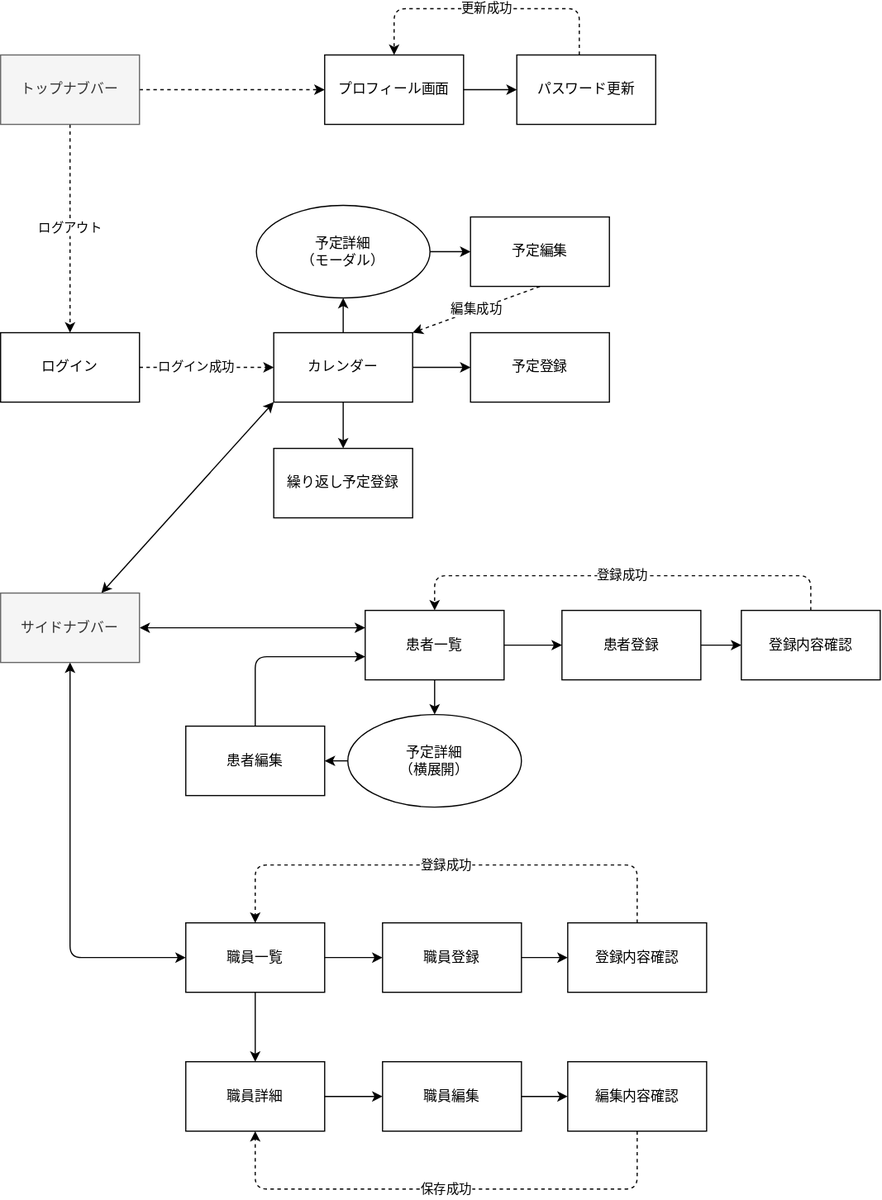
Earlier version of the draw.io export src/画面構成/displays.dio.svg (Fukuemon/buddy_design_docs). Source tidied: cells renumbered, new cells last; positions are measured from the earlier drawing's top-left corner, leaving out a move shared by most shapes. Source of this version:
```xml
<mxGraphModel>
  <root>
    <mxCell id="0" />
    <mxCell id="1" parent="0" />
    <mxCell id="2" value="ログイン成功" style="edgeStyle=none;html=1;dashed=1;" parent="1" edge="1" source="3" target="26">
      <mxGeometry x="-0.14" relative="1" as="geometry">
        <mxPoint x="-1" as="offset" />
      </mxGeometry>
    </mxCell>
    <mxCell id="3" value="ログイン" style="whiteSpace=wrap;html=1;" parent="1" vertex="1">
      <mxGeometry y="280" width="120" height="60" as="geometry" />
    </mxCell>
    <mxCell id="4" style="group;" parent="1" vertex="1">
      <mxGeometry x="160" y="740" width="450" height="280" as="geometry" />
    </mxCell>
    <mxCell id="5" value="職員一覧" style="whiteSpace=wrap;html=1;" parent="4" vertex="1">
      <mxGeometry y="50" width="120" height="60" as="geometry" />
    </mxCell>
    <mxCell id="6" value="職員登録" style="whiteSpace=wrap;html=1;" parent="4" vertex="1">
      <mxGeometry x="170" y="50" width="120" height="60" as="geometry" />
    </mxCell>
    <mxCell id="7" style="edgeStyle=none;html=1;" parent="4" edge="1" source="5" target="6">
      <mxGeometry relative="1" as="geometry" />
    </mxCell>
    <mxCell id="8" value="職員詳細" style="whiteSpace=wrap;html=1;" parent="4" vertex="1">
      <mxGeometry y="170" width="120" height="60" as="geometry" />
    </mxCell>
    <mxCell id="9" style="edgeStyle=orthogonalEdgeStyle;html=1;" parent="4" edge="1" source="5" target="8">
      <mxGeometry relative="1" as="geometry" />
    </mxCell>
    <mxCell id="10" value="登録成功" style="edgeStyle=orthogonalEdgeStyle;html=1;dashed=1;" parent="4" edge="1" source="11" target="5">
      <mxGeometry relative="1" as="geometry">
        <Array as="points">
          <mxPoint x="390" />
          <mxPoint x="60" />
        </Array>
      </mxGeometry>
    </mxCell>
    <mxCell id="11" value="登録内容確認" style="whiteSpace=wrap;html=1;" parent="4" vertex="1">
      <mxGeometry x="330" y="50" width="120" height="60" as="geometry" />
    </mxCell>
    <mxCell id="12" style="edgeStyle=none;html=1;" parent="4" edge="1" source="6" target="11">
      <mxGeometry relative="1" as="geometry" />
    </mxCell>
    <mxCell id="13" value="職員編集" style="whiteSpace=wrap;html=1;" parent="4" vertex="1">
      <mxGeometry x="170" y="170" width="120" height="60" as="geometry" />
    </mxCell>
    <mxCell id="14" style="edgeStyle=orthogonalEdgeStyle;html=1;" parent="4" edge="1" source="8" target="13">
      <mxGeometry relative="1" as="geometry" />
    </mxCell>
    <mxCell id="15" value="保存成功" style="edgeStyle=orthogonalEdgeStyle;html=1;exitX=0.5;exitY=1;exitDx=0;exitDy=0;entryX=0.5;entryY=1;entryDx=0;entryDy=0;dashed=1;" parent="4" edge="1" source="16" target="8">
      <mxGeometry relative="1" as="geometry">
        <Array as="points">
          <mxPoint x="390" y="280" />
          <mxPoint x="60" y="280" />
        </Array>
      </mxGeometry>
    </mxCell>
    <mxCell id="16" value="編集内容確認" style="whiteSpace=wrap;html=1;" parent="4" vertex="1">
      <mxGeometry x="330" y="170" width="120" height="60" as="geometry" />
    </mxCell>
    <mxCell id="17" style="edgeStyle=orthogonalEdgeStyle;html=1;" parent="4" edge="1" source="13" target="16">
      <mxGeometry relative="1" as="geometry" />
    </mxCell>
    <mxCell id="18" style="edgeStyle=none;html=1;entryX=0;entryY=1;entryDx=0;entryDy=0;startArrow=classic;startFill=1;" parent="1" edge="1" source="21" target="26">
      <mxGeometry relative="1" as="geometry" />
    </mxCell>
    <mxCell id="19" style="edgeStyle=none;html=1;startArrow=classic;startFill=1;entryX=0;entryY=0.25;entryDx=0;entryDy=0;" parent="1" edge="1" source="21" target="43">
      <mxGeometry relative="1" as="geometry" />
    </mxCell>
    <mxCell id="20" style="edgeStyle=orthogonalEdgeStyle;html=1;entryX=0;entryY=0.5;entryDx=0;entryDy=0;startArrow=classic;startFill=1;" parent="1" edge="1" source="21" target="5">
      <mxGeometry relative="1" as="geometry">
        <Array as="points">
          <mxPoint x="60" y="820" />
        </Array>
      </mxGeometry>
    </mxCell>
    <mxCell id="21" value="サイドナブバー" style="whiteSpace=wrap;html=1;shadow=0;fillColor=#f5f5f5;fontColor=#333333;strokeColor=#666666;" parent="1" vertex="1">
      <mxGeometry y="505" width="120" height="60" as="geometry" />
    </mxCell>
    <mxCell id="22" value="ログアウト" style="edgeStyle=none;html=1;exitX=0.5;exitY=1;exitDx=0;exitDy=0;entryX=0.5;entryY=0;entryDx=0;entryDy=0;dashed=1;" parent="1" edge="1" source="24" target="3">
      <mxGeometry relative="1" as="geometry" />
    </mxCell>
    <mxCell id="23" style="edgeStyle=orthogonalEdgeStyle;html=1;entryX=0;entryY=0.5;entryDx=0;entryDy=0;dashed=1;startArrow=none;startFill=0;" parent="1" edge="1" source="24" target="37">
      <mxGeometry relative="1" as="geometry" />
    </mxCell>
    <mxCell id="24" value="トップナブバー" style="whiteSpace=wrap;html=1;shadow=0;fillColor=#f5f5f5;fontColor=#333333;strokeColor=#666666;" parent="1" vertex="1">
      <mxGeometry y="40" width="120" height="60" as="geometry" />
    </mxCell>
    <mxCell id="25" style="group;" parent="1" vertex="1">
      <mxGeometry x="221" y="170" width="305" height="270" as="geometry" />
    </mxCell>
    <mxCell id="26" value="カレンダー" style="whiteSpace=wrap;html=1;" parent="25" vertex="1">
      <mxGeometry x="15" y="110" width="120" height="60" as="geometry" />
    </mxCell>
    <mxCell id="27" value="予定登録" style="whiteSpace=wrap;html=1;" parent="25" vertex="1">
      <mxGeometry x="185" y="110" width="120" height="60" as="geometry" />
    </mxCell>
    <mxCell id="28" style="edgeStyle=orthogonalEdgeStyle;html=1;" parent="25" edge="1" source="26" target="27">
      <mxGeometry relative="1" as="geometry" />
    </mxCell>
    <mxCell id="29" value="予定詳細&lt;br style=&quot;border-color: var(--border-color);&quot;&gt;（モーダル）" style="ellipse;whiteSpace=wrap;html=1;shadow=0;" parent="25" vertex="1">
      <mxGeometry width="150" height="80" as="geometry" />
    </mxCell>
    <mxCell id="30" style="edgeStyle=orthogonalEdgeStyle;html=1;" parent="25" edge="1" source="26" target="29">
      <mxGeometry relative="1" as="geometry" />
    </mxCell>
    <mxCell id="31" value="繰り返し予定登録" style="whiteSpace=wrap;html=1;shadow=0;" parent="25" vertex="1">
      <mxGeometry x="15" y="210" width="120" height="60" as="geometry" />
    </mxCell>
    <mxCell id="32" style="edgeStyle=none;html=1;entryX=0.5;entryY=0;entryDx=0;entryDy=0;" parent="25" edge="1" source="26" target="31">
      <mxGeometry relative="1" as="geometry" />
    </mxCell>
    <mxCell id="33" value="編集成功" style="html=1;entryX=1;entryY=0;entryDx=0;entryDy=0;exitX=0.5;exitY=1;exitDx=0;exitDy=0;dashed=1;" parent="25" edge="1" source="34" target="26">
      <mxGeometry relative="1" as="geometry" />
    </mxCell>
    <mxCell id="34" value="予定編集" style="whiteSpace=wrap;html=1;shadow=0;" parent="25" vertex="1">
      <mxGeometry x="185" y="10" width="120" height="60" as="geometry" />
    </mxCell>
    <mxCell id="35" style="edgeStyle=orthogonalEdgeStyle;html=1;" parent="25" edge="1" source="29" target="34">
      <mxGeometry relative="1" as="geometry" />
    </mxCell>
    <mxCell id="36" style="group;" parent="1" vertex="1">
      <mxGeometry x="280" width="286" height="100" as="geometry" />
    </mxCell>
    <mxCell id="37" value="プロフィール画面" style="whiteSpace=wrap;html=1;" parent="36" vertex="1">
      <mxGeometry y="40" width="120" height="60" as="geometry" />
    </mxCell>
    <mxCell id="38" value="更新成功" style="edgeStyle=orthogonalEdgeStyle;html=1;entryX=0.5;entryY=0;entryDx=0;entryDy=0;dashed=1;startArrow=none;startFill=0;" parent="36" edge="1" source="39" target="37">
      <mxGeometry relative="1" as="geometry">
        <Array as="points">
          <mxPoint x="220" />
          <mxPoint x="60" />
        </Array>
      </mxGeometry>
    </mxCell>
    <mxCell id="39" value="パスワード更新" style="whiteSpace=wrap;html=1;" parent="36" vertex="1">
      <mxGeometry x="166" y="40" width="120" height="60" as="geometry" />
    </mxCell>
    <mxCell id="40" style="edgeStyle=orthogonalEdgeStyle;html=1;" parent="36" edge="1" source="37" target="39">
      <mxGeometry relative="1" as="geometry" />
    </mxCell>
    <mxCell id="41" value="登録成功" style="edgeStyle=orthogonalEdgeStyle;html=1;exitX=0.5;exitY=0;exitDx=0;exitDy=0;entryX=0.5;entryY=0;entryDx=0;entryDy=0;dashed=1;startArrow=none;startFill=0;" parent="1" edge="1" source="42" target="43">
      <mxGeometry relative="1" as="geometry">
        <Array as="points">
          <mxPoint x="700" y="490" />
          <mxPoint x="375" y="490" />
        </Array>
      </mxGeometry>
    </mxCell>
    <mxCell id="42" value="登録内容確認" style="whiteSpace=wrap;html=1;shadow=0;" parent="1" vertex="1">
      <mxGeometry x="640" y="520" width="120" height="60" as="geometry" />
    </mxCell>
    <mxCell id="43" value="患者一覧" style="whiteSpace=wrap;html=1;" parent="1" vertex="1">
      <mxGeometry x="315" y="520" width="120" height="60" as="geometry" />
    </mxCell>
    <mxCell id="44" style="edgeStyle=orthogonalEdgeStyle;html=1;entryX=0;entryY=0.5;entryDx=0;entryDy=0;startArrow=none;startFill=0;" parent="1" edge="1" source="45" target="42">
      <mxGeometry relative="1" as="geometry" />
    </mxCell>
    <mxCell id="45" value="患者登録" style="whiteSpace=wrap;html=1;" parent="1" vertex="1">
      <mxGeometry x="485" y="520" width="120" height="60" as="geometry" />
    </mxCell>
    <mxCell id="46" style="edgeStyle=orthogonalEdgeStyle;html=1;" parent="1" edge="1" source="43" target="45">
      <mxGeometry relative="1" as="geometry" />
    </mxCell>
    <mxCell id="47" style="edgeStyle=orthogonalEdgeStyle;html=1;" parent="1" edge="1" source="48" target="43">
      <mxGeometry relative="1" as="geometry">
        <Array as="points">
          <mxPoint x="220" y="560" />
        </Array>
      </mxGeometry>
    </mxCell>
    <mxCell id="48" value="患者編集" style="whiteSpace=wrap;html=1;" parent="1" vertex="1">
      <mxGeometry x="160" y="620" width="120" height="60" as="geometry" />
    </mxCell>
    <mxCell id="49" style="edgeStyle=orthogonalEdgeStyle;html=1;" parent="1" edge="1" source="50" target="48">
      <mxGeometry relative="1" as="geometry" />
    </mxCell>
    <mxCell id="50" value="予定詳細&lt;br&gt;（横展開）" style="ellipse;whiteSpace=wrap;html=1;shadow=0;" parent="1" vertex="1">
      <mxGeometry x="300" y="610" width="150" height="80" as="geometry" />
    </mxCell>
    <mxCell id="51" style="edgeStyle=orthogonalEdgeStyle;html=1;" parent="1" edge="1" source="43" target="50">
      <mxGeometry relative="1" as="geometry" />
    </mxCell>
  </root>
</mxGraphModel>
```
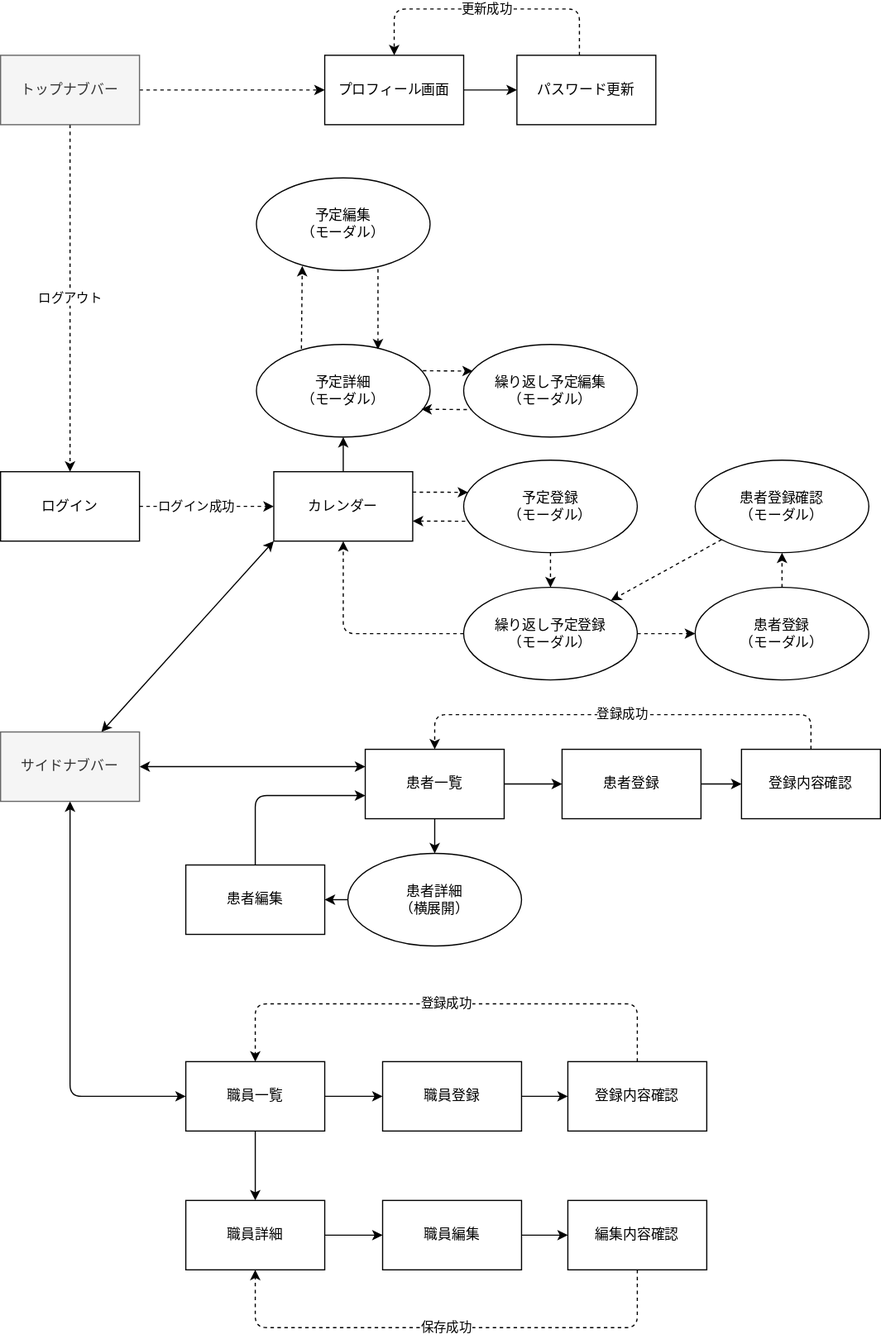
The same diagram one commit later.

Commit message:
画面一覧の更新

The edit, as a diff of the source:
```diff
@@ -85,43 +85,10 @@
       <mxGeometry relative="1" as="geometry" />
     </mxCell>
     <mxCell id="24" value="トップナブバー" style="whiteSpace=wrap;html=1;shadow=0;fillColor=#f5f5f5;fontColor=#333333;strokeColor=#666666;" parent="1" vertex="1">
-      <mxGeometry y="40" width="120" height="60" as="geometry" />
+      <mxGeometry y="-80" width="120" height="60" as="geometry" />
     </mxCell>
-    <mxCell id="25" style="group;" parent="1" vertex="1">
-      <mxGeometry x="221" y="170" width="305" height="270" as="geometry" />
-    </mxCell>
-    <mxCell id="26" value="カレンダー" style="whiteSpace=wrap;html=1;" parent="25" vertex="1">
-      <mxGeometry x="15" y="110" width="120" height="60" as="geometry" />
-    </mxCell>
-    <mxCell id="27" value="予定登録" style="whiteSpace=wrap;html=1;" parent="25" vertex="1">
-      <mxGeometry x="185" y="110" width="120" height="60" as="geometry" />
-    </mxCell>
-    <mxCell id="28" style="edgeStyle=orthogonalEdgeStyle;html=1;" parent="25" edge="1" source="26" target="27">
-      <mxGeometry relative="1" as="geometry" />
-    </mxCell>
-    <mxCell id="29" value="予定詳細&lt;br style=&quot;border-color: var(--border-color);&quot;&gt;（モーダル）" style="ellipse;whiteSpace=wrap;html=1;shadow=0;" parent="25" vertex="1">
-      <mxGeometry width="150" height="80" as="geometry" />
-    </mxCell>
-    <mxCell id="30" style="edgeStyle=orthogonalEdgeStyle;html=1;" parent="25" edge="1" source="26" target="29">
-      <mxGeometry relative="1" as="geometry" />
-    </mxCell>
-    <mxCell id="31" value="繰り返し予定登録" style="whiteSpace=wrap;html=1;shadow=0;" parent="25" vertex="1">
-      <mxGeometry x="15" y="210" width="120" height="60" as="geometry" />
-    </mxCell>
-    <mxCell id="32" style="edgeStyle=none;html=1;entryX=0.5;entryY=0;entryDx=0;entryDy=0;" parent="25" edge="1" source="26" target="31">
-      <mxGeometry relative="1" as="geometry" />
-    </mxCell>
-    <mxCell id="33" value="編集成功" style="html=1;entryX=1;entryY=0;entryDx=0;entryDy=0;exitX=0.5;exitY=1;exitDx=0;exitDy=0;dashed=1;" parent="25" edge="1" source="34" target="26">
-      <mxGeometry relative="1" as="geometry" />
-    </mxCell>
-    <mxCell id="34" value="予定編集" style="whiteSpace=wrap;html=1;shadow=0;" parent="25" vertex="1">
-      <mxGeometry x="185" y="10" width="120" height="60" as="geometry" />
-    </mxCell>
-    <mxCell id="35" style="edgeStyle=orthogonalEdgeStyle;html=1;" parent="25" edge="1" source="29" target="34">
-      <mxGeometry relative="1" as="geometry" />
-    </mxCell>
     <mxCell id="36" style="group;" parent="1" vertex="1">
-      <mxGeometry x="280" width="286" height="100" as="geometry" />
+      <mxGeometry x="280" y="-120" width="286" height="100" as="geometry" />
     </mxCell>
     <mxCell id="37" value="プロフィール画面" style="whiteSpace=wrap;html=1;" parent="36" vertex="1">
       <mxGeometry y="40" width="120" height="60" as="geometry" />
@@ -176,11 +143,85 @@
     <mxCell id="49" style="edgeStyle=orthogonalEdgeStyle;html=1;" parent="1" edge="1" source="50" target="48">
       <mxGeometry relative="1" as="geometry" />
     </mxCell>
-    <mxCell id="50" value="予定詳細&lt;br&gt;（横展開）" style="ellipse;whiteSpace=wrap;html=1;shadow=0;" parent="1" vertex="1">
+    <mxCell id="50" value="患者詳細&lt;br&gt;（横展開）" style="ellipse;whiteSpace=wrap;html=1;shadow=0;" parent="1" vertex="1">
       <mxGeometry x="300" y="610" width="150" height="80" as="geometry" />
     </mxCell>
     <mxCell id="51" style="edgeStyle=orthogonalEdgeStyle;html=1;" parent="1" edge="1" source="43" target="50">
       <mxGeometry relative="1" as="geometry" />
     </mxCell>
+    <mxCell id="26" value="カレンダー" style="whiteSpace=wrap;html=1;" parent="1" vertex="1">
+      <mxGeometry x="236" y="280" width="120" height="60" as="geometry" />
+    </mxCell>
+    <mxCell id="28" style="html=1;entryX=0.026;entryY=0.348;entryDx=0;entryDy=0;dashed=1;entryPerimeter=0;" parent="1" edge="1" target="55">
+      <mxGeometry relative="1" as="geometry">
+        <mxPoint x="356" y="297.7" as="sourcePoint" />
+      </mxGeometry>
+    </mxCell>
+    <mxCell id="52" style="edgeStyle=none;html=1;dashed=1;startArrow=none;startFill=0;endArrow=classic;endFill=1;exitX=0.259;exitY=0.046;exitDx=0;exitDy=0;exitPerimeter=0;entryX=0.264;entryY=0.952;entryDx=0;entryDy=0;entryPerimeter=0;" parent="1" edge="1" source="29" target="64">
+      <mxGeometry relative="1" as="geometry" />
+    </mxCell>
+    <mxCell id="53" style="edgeStyle=none;html=1;dashed=1;startArrow=none;startFill=0;endArrow=classic;endFill=1;entryX=0.053;entryY=0.288;entryDx=0;entryDy=0;entryPerimeter=0;exitX=0.959;exitY=0.284;exitDx=0;exitDy=0;exitPerimeter=0;" parent="1" edge="1" source="29" target="66">
+      <mxGeometry relative="1" as="geometry" />
+    </mxCell>
+    <mxCell id="29" value="予定詳細&lt;br style=&quot;border-color: var(--border-color);&quot;&gt;（モーダル）" style="ellipse;whiteSpace=wrap;html=1;shadow=0;" parent="1" vertex="1">
+      <mxGeometry x="221" y="170" width="150" height="80" as="geometry" />
+    </mxCell>
+    <mxCell id="30" style="edgeStyle=orthogonalEdgeStyle;html=1;" parent="1" edge="1" source="26" target="29">
+      <mxGeometry relative="1" as="geometry" />
+    </mxCell>
+    <mxCell id="54" style="edgeStyle=none;html=1;dashed=1;startArrow=none;startFill=0;endArrow=classic;endFill=1;" parent="1" edge="1" source="55" target="58">
+      <mxGeometry relative="1" as="geometry" />
+    </mxCell>
+    <mxCell id="55" value="予定登録&lt;br style=&quot;border-color: var(--border-color);&quot;&gt;（モーダル）" style="ellipse;whiteSpace=wrap;html=1;shadow=0;" parent="1" vertex="1">
+      <mxGeometry x="400" y="270" width="150" height="80" as="geometry" />
+    </mxCell>
+    <mxCell id="56" style="edgeStyle=none;html=1;dashed=1;" parent="1" edge="1" source="58" target="60">
+      <mxGeometry relative="1" as="geometry" />
+    </mxCell>
+    <mxCell id="57" style="edgeStyle=none;html=1;entryX=0.5;entryY=1;entryDx=0;entryDy=0;dashed=1;startArrow=none;startFill=0;endArrow=classic;endFill=1;" parent="1" edge="1" source="58" target="26">
+      <mxGeometry relative="1" as="geometry">
+        <Array as="points">
+          <mxPoint x="296" y="420" />
+        </Array>
+      </mxGeometry>
+    </mxCell>
+    <mxCell id="58" value="繰り返し予定登録&lt;br style=&quot;border-color: var(--border-color);&quot;&gt;（モーダル）" style="ellipse;whiteSpace=wrap;html=1;shadow=0;" parent="1" vertex="1">
+      <mxGeometry x="400" y="380" width="150" height="80" as="geometry" />
+    </mxCell>
+    <mxCell id="59" style="edgeStyle=none;html=1;dashed=1;" parent="1" edge="1" source="60" target="62">
+      <mxGeometry relative="1" as="geometry" />
+    </mxCell>
+    <mxCell id="60" value="患者登録&lt;br style=&quot;border-color: var(--border-color);&quot;&gt;（モーダル）" style="ellipse;whiteSpace=wrap;html=1;shadow=0;" parent="1" vertex="1">
+      <mxGeometry x="600" y="380" width="150" height="80" as="geometry" />
+    </mxCell>
+    <mxCell id="61" style="edgeStyle=none;html=1;dashed=1;" parent="1" edge="1" source="62" target="58">
+      <mxGeometry relative="1" as="geometry" />
+    </mxCell>
+    <mxCell id="62" value="患者登録確認&lt;br style=&quot;border-color: var(--border-color);&quot;&gt;（モーダル）" style="ellipse;whiteSpace=wrap;html=1;shadow=0;" parent="1" vertex="1">
+      <mxGeometry x="600" y="270" width="150" height="80" as="geometry" />
+    </mxCell>
+    <mxCell id="63" style="html=1;entryX=0.026;entryY=0.348;entryDx=0;entryDy=0;dashed=1;entryPerimeter=0;startArrow=classic;startFill=1;endArrow=none;endFill=0;" parent="1" edge="1">
+      <mxGeometry relative="1" as="geometry">
+        <mxPoint x="356" y="322.7" as="sourcePoint" />
+        <mxPoint x="403.9" y="322.8" as="targetPoint" />
+      </mxGeometry>
+    </mxCell>
+    <mxCell id="64" value="予定編集&lt;br style=&quot;border-color: var(--border-color);&quot;&gt;（モーダル）" style="ellipse;whiteSpace=wrap;html=1;shadow=0;" parent="1" vertex="1">
+      <mxGeometry x="221" y="26" width="150" height="80" as="geometry" />
+    </mxCell>
+    <mxCell id="65" style="edgeStyle=none;html=1;dashed=1;startArrow=classic;startFill=1;endArrow=none;endFill=0;exitX=0.259;exitY=0.046;exitDx=0;exitDy=0;exitPerimeter=0;entryX=0.7;entryY=0.958;entryDx=0;entryDy=0;entryPerimeter=0;" parent="1" edge="1" target="64">
+      <mxGeometry relative="1" as="geometry">
+        <mxPoint x="326" y="174.2" as="sourcePoint" />
+      </mxGeometry>
+    </mxCell>
+    <mxCell id="66" value="繰り返し予定編集&lt;br style=&quot;border-color: var(--border-color);&quot;&gt;（モーダル）" style="ellipse;whiteSpace=wrap;html=1;shadow=0;" parent="1" vertex="1">
+      <mxGeometry x="400" y="170" width="150" height="80" as="geometry" />
+    </mxCell>
+    <mxCell id="67" style="edgeStyle=none;html=1;dashed=1;startArrow=classic;startFill=1;endArrow=none;endFill=0;entryX=0.053;entryY=0.288;entryDx=0;entryDy=0;entryPerimeter=0;exitX=0.959;exitY=0.284;exitDx=0;exitDy=0;exitPerimeter=0;" parent="1" edge="1">
+      <mxGeometry relative="1" as="geometry">
+        <mxPoint x="363.4" y="226" as="sourcePoint" />
+        <mxPoint x="406.6" y="226.3" as="targetPoint" />
+      </mxGeometry>
+    </mxCell>
   </root>
 </mxGraphModel>
```
